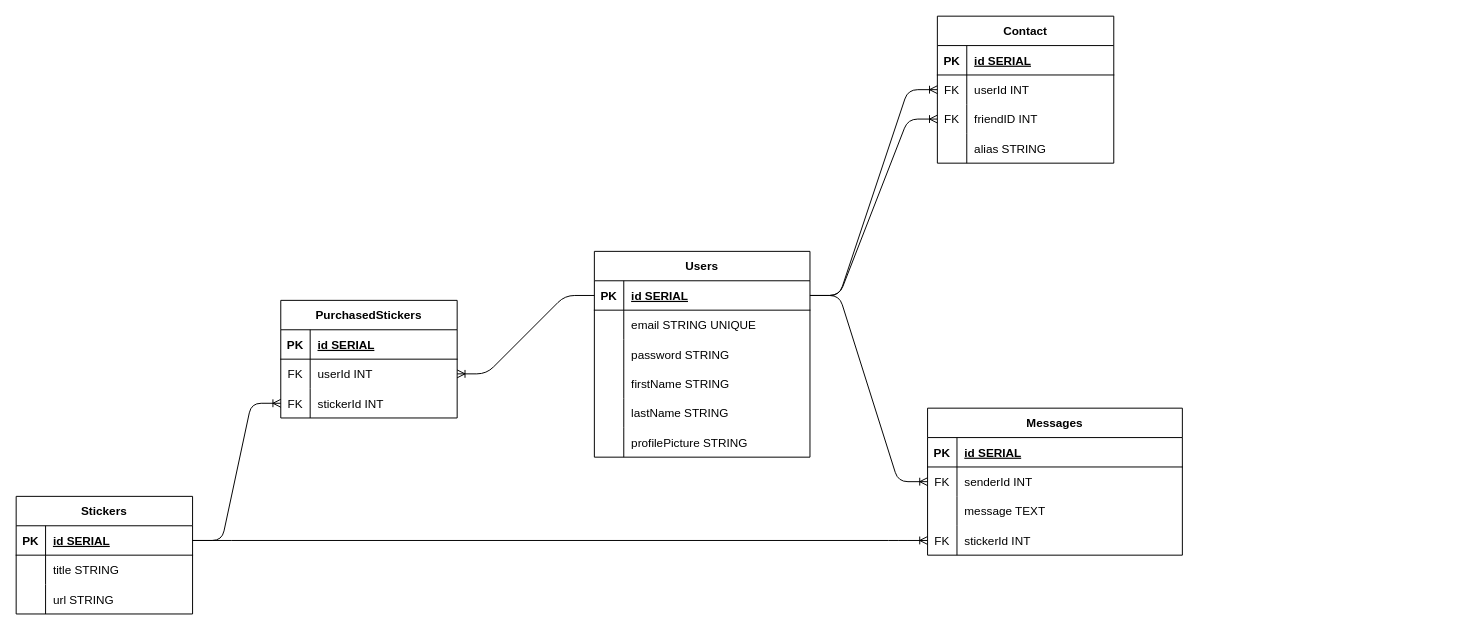
daffabaihaqi/IP-HCK69-Daffa keeps this draw.io diagram as schema.drawio. Above is the earlier version. Source tidied: cells renumbered, new cells numbered last; positions are measured from the earlier drawing's top-left corner, leaving out a move shared by most shapes. Both pictures are drawn from the tidied source at 98%, with x=0, y=0 at pixel (16, 16).
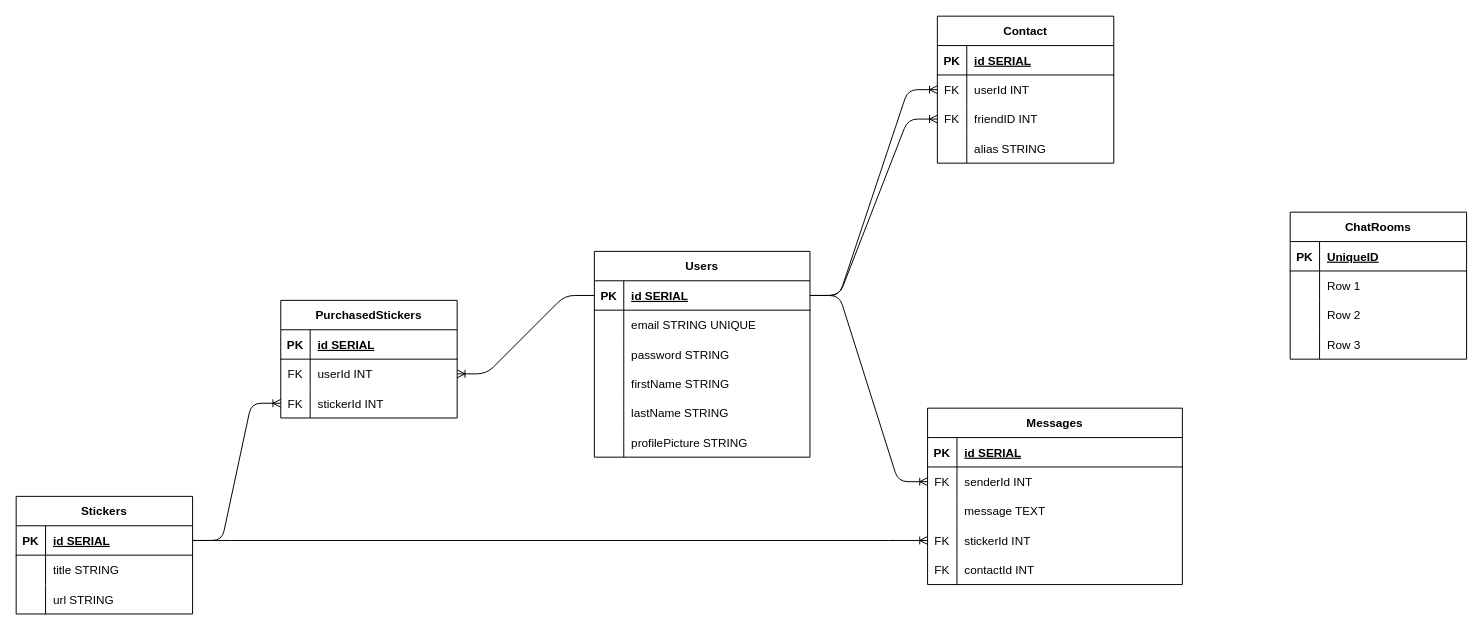
The same page after the edit.

The edit, as a diff of the source:
```diff
@@
     <mxCell id="34" value="Messages" style="shape=table;startSize=30;childLayout=tableLayout;rowLines=0;fontStyle=1;align=center;" parent="1" vertex="1">
-      <mxGeometry x="930" y="400" width="260" height="150" as="geometry" />
+      <mxGeometry x="930" y="400" width="260" height="180" as="geometry" />
     </mxCell>
@@
+    <mxCell id="73" style="shape=tableRow;horizontal=0;startSize=0;swimlaneHead=0;swimlaneBody=0;fillColor=none;top=0;left=0;right=0;bottom=0;" parent="34" vertex="1">
+      <mxGeometry y="150" width="260" height="30" as="geometry" />
+    </mxCell>
+    <mxCell id="74" value="FK" style="shape=partialRectangle;fillColor=none;top=0;left=0;bottom=0;right=0;overflow=hidden;" parent="73" vertex="1">
+      <mxGeometry width="30" height="30" as="geometry" />
+    </mxCell>
+    <mxCell id="75" value="contactId INT" style="shape=partialRectangle;fillColor=none;top=0;left=0;bottom=0;right=0;align=left;spacingLeft=6;overflow=hidden;" parent="73" vertex="1">
+      <mxGeometry x="30" width="230" height="30" as="geometry" />
+    </mxCell>
@@
+    <mxCell id="76" value="ChatRooms" style="shape=table;startSize=30;childLayout=tableLayout;rowLines=0;fontStyle=1;align=center;" parent="1" vertex="1">
+      <mxGeometry x="1300" y="200" width="180" height="150" as="geometry" />
+    </mxCell>
+    <mxCell id="77" style="shape=tableRow;horizontal=0;startSize=0;swimlaneHead=0;swimlaneBody=0;fillColor=none;top=0;left=0;right=0;bottom=1;" parent="76" vertex="1">
+      <mxGeometry y="30" width="180" height="30" as="geometry" />
+    </mxCell>
+    <mxCell id="78" value="PK" style="shape=partialRectangle;fillColor=none;top=0;left=0;bottom=0;right=0;fontStyle=1;overflow=hidden;" parent="77" vertex="1">
+      <mxGeometry width="30" height="30" as="geometry" />
+    </mxCell>
+    <mxCell id="79" value="UniqueID" style="shape=partialRectangle;fillColor=none;top=0;left=0;bottom=0;right=0;align=left;spacingLeft=6;fontStyle=5;overflow=hidden;" parent="77" vertex="1">
+      <mxGeometry x="30" width="150" height="30" as="geometry" />
+    </mxCell>
+    <mxCell id="80" style="shape=tableRow;horizontal=0;startSize=0;swimlaneHead=0;swimlaneBody=0;fillColor=none;top=0;left=0;right=0;bottom=0;" parent="76" vertex="1">
+      <mxGeometry y="60" width="180" height="30" as="geometry" />
+    </mxCell>
+    <mxCell id="81" style="shape=partialRectangle;fillColor=none;top=0;left=0;bottom=0;right=0;overflow=hidden;" parent="80" vertex="1">
+      <mxGeometry width="30" height="30" as="geometry" />
+    </mxCell>
+    <mxCell id="82" value="Row 1" style="shape=partialRectangle;fillColor=none;top=0;left=0;bottom=0;right=0;align=left;spacingLeft=6;overflow=hidden;" parent="80" vertex="1">
+      <mxGeometry x="30" width="150" height="30" as="geometry" />
+    </mxCell>
+    <mxCell id="83" style="shape=tableRow;horizontal=0;startSize=0;swimlaneHead=0;swimlaneBody=0;fillColor=none;top=0;left=0;right=0;bottom=0;" parent="76" vertex="1">
+      <mxGeometry y="90" width="180" height="30" as="geometry" />
+    </mxCell>
+    <mxCell id="84" style="shape=partialRectangle;fillColor=none;top=0;left=0;bottom=0;right=0;overflow=hidden;" parent="83" vertex="1">
+      <mxGeometry width="30" height="30" as="geometry" />
+    </mxCell>
+    <mxCell id="85" value="Row 2" style="shape=partialRectangle;fillColor=none;top=0;left=0;bottom=0;right=0;align=left;spacingLeft=6;overflow=hidden;" parent="83" vertex="1">
+      <mxGeometry x="30" width="150" height="30" as="geometry" />
+    </mxCell>
+    <mxCell id="86" style="shape=tableRow;horizontal=0;startSize=0;swimlaneHead=0;swimlaneBody=0;fillColor=none;top=0;left=0;right=0;bottom=0;" parent="76" vertex="1">
+      <mxGeometry y="120" width="180" height="30" as="geometry" />
+    </mxCell>
+    <mxCell id="87" style="shape=partialRectangle;fillColor=none;top=0;left=0;bottom=0;right=0;overflow=hidden;" parent="86" vertex="1">
+      <mxGeometry width="30" height="30" as="geometry" />
+    </mxCell>
+    <mxCell id="88" value="Row 3" style="shape=partialRectangle;fillColor=none;top=0;left=0;bottom=0;right=0;align=left;spacingLeft=6;overflow=hidden;" parent="86" vertex="1">
+      <mxGeometry x="30" width="150" height="30" as="geometry" />
+    </mxCell>
```
